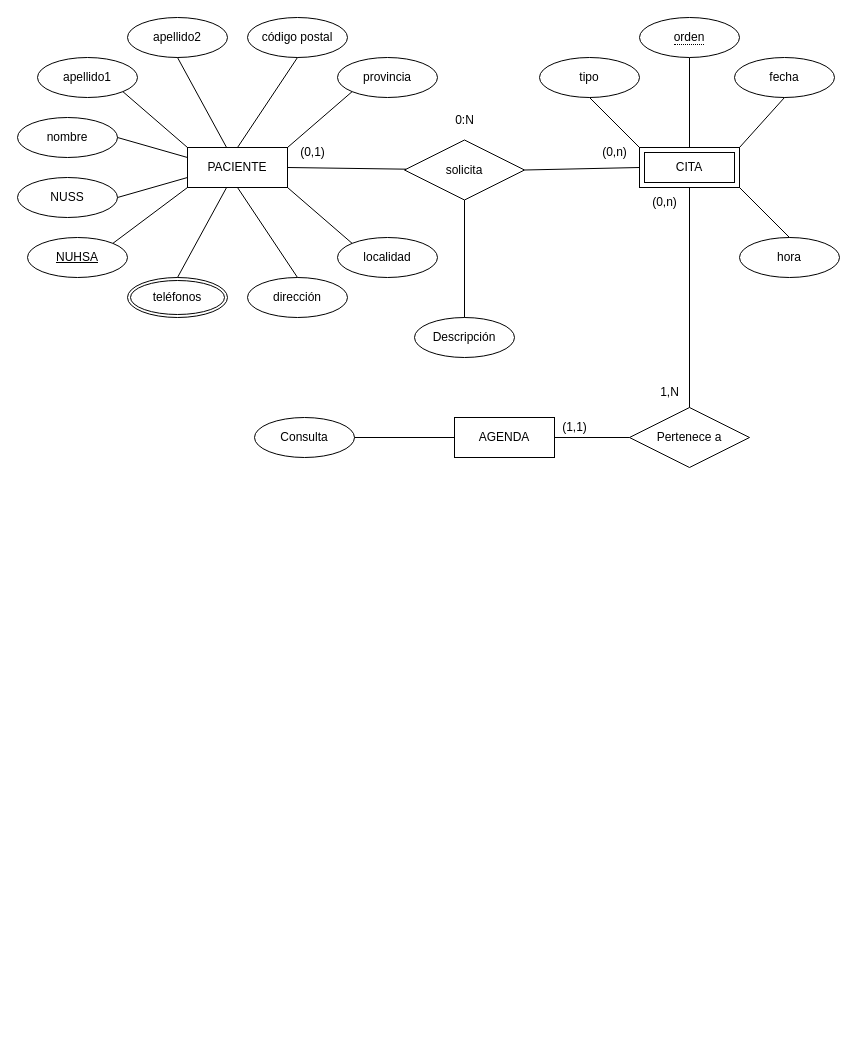
This is Diagrama sin título.drawio from mariopr25/CitasAP-ER, a draw.io file, before an edit. Source tidied: cells renumbered, new cells numbered last; positions are measured from the earlier drawing's top-left corner, leaving out a move shared by most shapes. Both pictures are drawn from the tidied source at 100%, with x=0, y=0 at pixel (17, 17).
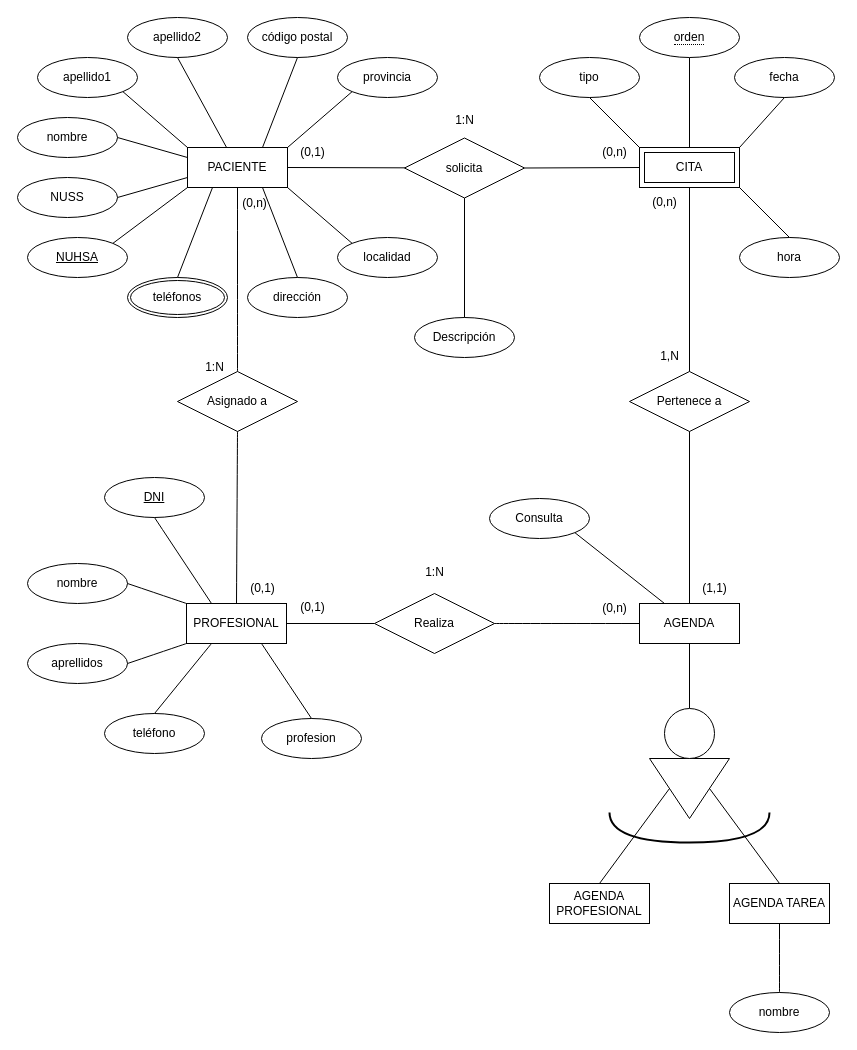
The same page after the edit.

The change refers to these unchanged cells:
```xml
<mxCell id="2" value="PACIENTE" style="whiteSpace=wrap;html=1;align=center;" parent="1" vertex="1">
  <mxGeometry x="170" y="130" width="100" height="40" as="geometry" />
</mxCell>
<mxCell id="24" value="teléfonos" style="ellipse;shape=doubleEllipse;margin=3;whiteSpace=wrap;html=1;align=center;" parent="1" vertex="1">
  <mxGeometry x="110" y="260" width="100" height="40" as="geometry" />
</mxCell>
<mxCell id="26" value="dirección" style="ellipse;whiteSpace=wrap;html=1;align=center;" parent="1" vertex="1">
  <mxGeometry x="230" y="260" width="100" height="40" as="geometry" />
</mxCell>
<mxCell id="27" value="código postal" style="ellipse;whiteSpace=wrap;html=1;align=center;" parent="1" vertex="1">
  <mxGeometry x="230" width="100" height="40" as="geometry" />
</mxCell>
```

Diff of the diagram source:
```diff
@@
     <mxCell id="3" value="&lt;div&gt;solicita&lt;/div&gt;" style="shape=rhombus;perimeter=rhombusPerimeter;whiteSpace=wrap;html=1;align=center;" parent="1" vertex="1">
-      <mxGeometry x="387" y="122.5" width="120" height="60" as="geometry" />
+      <mxGeometry x="387" y="120.5" width="120" height="60" as="geometry" />
     </mxCell>
@@
-    <mxCell id="10" value="0:N" style="text;html=1;align=center;verticalAlign=middle;strokeColor=none;fillColor=none;" parent="1" vertex="1">
+    <mxCell id="10" value="1:N" style="text;html=1;align=center;verticalAlign=middle;strokeColor=none;fillColor=none;" parent="1" vertex="1">
       <mxGeometry x="427" y="87.5" width="40" height="30" as="geometry" />
     </mxCell>
     <mxCell id="11" value="Pertenece a" style="shape=rhombus;perimeter=rhombusPerimeter;whiteSpace=wrap;html=1;align=center;direction=west;" parent="1" vertex="1">
-      <mxGeometry x="612" y="390" width="120" height="60" as="geometry" />
+      <mxGeometry x="612" y="354" width="120" height="60" as="geometry" />
     </mxCell>
@@
-    <mxCell id="13" style="endArrow=none;html=1;rounded=0;exitX=1;exitY=0.5;exitDx=0;exitDy=0;entryX=0;entryY=0.5;entryDx=0;entryDy=0;" parent="1" edge="1" source="11" target="37">
+    <mxCell id="13" style="endArrow=none;html=1;rounded=0;exitX=0.5;exitY=0;exitDx=0;exitDy=0;entryX=0.5;entryY=0;entryDx=0;entryDy=0;" parent="1" edge="1" source="11" target="37">
       <mxGeometry relative="1" as="geometry" />
     </mxCell>
@@
-    <mxCell id="25" style="endArrow=none;html=1;rounded=0;exitX=0.5;exitY=0;exitDx=0;exitDy=0;" parent="1" edge="1" source="24" target="2">
+    <mxCell id="25" style="endArrow=none;html=1;rounded=0;exitX=0.5;exitY=0;exitDx=0;exitDy=0;entryX=0.25;entryY=1;entryDx=0;entryDy=0;" parent="1" edge="1" source="24" target="2">
       <mxGeometry relative="1" as="geometry" />
     </mxCell>
@@
-    <mxCell id="30" style="endArrow=none;html=1;rounded=0;exitX=0.5;exitY=0;exitDx=0;exitDy=0;entryX=0.5;entryY=1;entryDx=0;entryDy=0;" parent="1" edge="1" source="2" target="27">
+    <mxCell id="30" style="endArrow=none;html=1;rounded=0;exitX=0.75;exitY=0;exitDx=0;exitDy=0;entryX=0.5;entryY=1;entryDx=0;entryDy=0;" parent="1" edge="1" source="2" target="27">
       <mxGeometry relative="1" as="geometry" />
     </mxCell>
@@
-    <mxCell id="32" style="endArrow=none;html=1;rounded=0;exitX=0.5;exitY=1;exitDx=0;exitDy=0;entryX=0.5;entryY=0;entryDx=0;entryDy=0;" parent="1" edge="1" source="2" target="26">
+    <mxCell id="32" style="endArrow=none;html=1;rounded=0;exitX=0.75;exitY=1;exitDx=0;exitDy=0;entryX=0.5;entryY=0;entryDx=0;entryDy=0;" parent="1" edge="1" source="2" target="26">
       <mxGeometry relative="1" as="geometry" />
     </mxCell>
@@
     <mxCell id="37" value="&lt;div&gt;AGENDA&lt;/div&gt;" style="whiteSpace=wrap;html=1;align=center;" parent="1" vertex="1">
-      <mxGeometry x="437" y="400" width="100" height="40" as="geometry" />
+      <mxGeometry x="622" y="586" width="100" height="40" as="geometry" />
     </mxCell>
@@
     <mxCell id="43" value="1,N" style="text;html=1;align=center;verticalAlign=middle;strokeColor=none;fillColor=none;" parent="1" vertex="1">
-      <mxGeometry x="632" y="360" width="40" height="30" as="geometry" />
+      <mxGeometry x="632" y="324" width="40" height="30" as="geometry" />
     </mxCell>
@@
     <mxCell id="46" value="Consulta" style="ellipse;whiteSpace=wrap;html=1;align=center;direction=east;" parent="1" vertex="1">
-      <mxGeometry x="237" y="400" width="100" height="40" as="geometry" />
+      <mxGeometry x="472" y="481" width="100" height="40" as="geometry" />
     </mxCell>
-    <mxCell id="47" style="endArrow=none;html=1;rounded=0;exitX=1;exitY=0.5;exitDx=0;exitDy=0;" parent="1" edge="1" source="46" target="37">
+    <mxCell id="47" style="endArrow=none;html=1;rounded=0;exitX=1;exitY=1;exitDx=0;exitDy=0;entryX=0.25;entryY=0;entryDx=0;entryDy=0;" parent="1" edge="1" source="46" target="37">
       <mxGeometry relative="1" as="geometry" />
     </mxCell>
     <mxCell id="48" value="(1,1)" style="text;html=1;align=center;verticalAlign=middle;strokeColor=none;fillColor=none;" parent="1" vertex="1">
-      <mxGeometry x="532" y="395" width="50" height="30" as="geometry" />
+      <mxGeometry x="672" y="556" width="50" height="30" as="geometry" />
     </mxCell>
+    <mxCell id="49" style="triangle;whiteSpace=wrap;html=1;direction=south;" parent="1" vertex="1">
+      <mxGeometry x="632" y="741" width="80" height="60" as="geometry" />
+    </mxCell>
+    <mxCell id="50" style="endArrow=none;html=1;rounded=0;exitX=0.5;exitY=1;exitDx=0;exitDy=0;entryX=0.5;entryY=0;entryDx=0;entryDy=0;" parent="1" edge="1" source="37" target="81">
+      <mxGeometry relative="1" as="geometry" />
+    </mxCell>
+    <mxCell id="51" value="AGENDA PROFESIONAL" style="whiteSpace=wrap;html=1;align=center;" parent="1" vertex="1">
+      <mxGeometry x="532" y="866" width="100" height="40" as="geometry" />
+    </mxCell>
+    <mxCell id="52" value="AGENDA TAREA" style="whiteSpace=wrap;html=1;align=center;" parent="1" vertex="1">
+      <mxGeometry x="712" y="866" width="100" height="40" as="geometry" />
+    </mxCell>
+    <mxCell id="53" style="endArrow=none;html=1;rounded=0;exitX=0.5;exitY=1;exitDx=0;exitDy=0;entryX=0.5;entryY=0;entryDx=0;entryDy=0;" parent="1" edge="1" source="49" target="51">
+      <mxGeometry relative="1" as="geometry" />
+    </mxCell>
+    <mxCell id="54" style="endArrow=none;html=1;rounded=0;exitX=0.5;exitY=0;exitDx=0;exitDy=0;entryX=0.5;entryY=0;entryDx=0;entryDy=0;" parent="1" edge="1" source="49" target="52">
+      <mxGeometry relative="1" as="geometry" />
+    </mxCell>
+    <mxCell id="55" style="endArrow=none;html=1;rounded=0;edgeStyle=orthogonalEdgeStyle;curved=1;strokeWidth=2;" parent="1" edge="1">
+      <mxGeometry relative="1" as="geometry">
+        <mxPoint x="592" y="795" as="sourcePoint" />
+        <mxPoint x="752" y="795" as="targetPoint" />
+        <Array as="points">
+          <mxPoint x="592" y="825" />
+          <mxPoint x="752" y="825" />
+        </Array>
+      </mxGeometry>
+    </mxCell>
+    <mxCell id="56" value="PROFESIONAL" style="whiteSpace=wrap;html=1;align=center;" parent="1" vertex="1">
+      <mxGeometry x="169" y="586" width="100" height="40" as="geometry" />
+    </mxCell>
+    <mxCell id="57" style="endArrow=none;html=1;rounded=0;exitX=0;exitY=0.5;exitDx=0;exitDy=0;entryX=1;entryY=0.5;entryDx=0;entryDy=0;" parent="1" edge="1" source="68" target="56">
+      <mxGeometry relative="1" as="geometry" />
+    </mxCell>
+    <mxCell id="58" value="&lt;div&gt;nombre&lt;/div&gt;" style="ellipse;whiteSpace=wrap;html=1;align=center;" parent="1" vertex="1">
+      <mxGeometry x="10" y="546" width="100" height="40" as="geometry" />
+    </mxCell>
+    <mxCell id="59" value="aprellidos" style="ellipse;whiteSpace=wrap;html=1;align=center;" parent="1" vertex="1">
+      <mxGeometry x="10" y="626" width="100" height="40" as="geometry" />
+    </mxCell>
+    <mxCell id="60" value="teléfono" style="ellipse;whiteSpace=wrap;html=1;align=center;" parent="1" vertex="1">
+      <mxGeometry x="87" y="696" width="100" height="40" as="geometry" />
+    </mxCell>
+    <mxCell id="61" value="profesion" style="ellipse;whiteSpace=wrap;html=1;align=center;" parent="1" vertex="1">
+      <mxGeometry x="244" y="701" width="100" height="40" as="geometry" />
+    </mxCell>
+    <mxCell id="62" style="endArrow=none;html=1;rounded=0;strokeWidth=1;curved=1;exitX=0;exitY=0;exitDx=0;exitDy=0;entryX=1;entryY=0.5;entryDx=0;entryDy=0;" parent="1" edge="1" source="56" target="58">
+      <mxGeometry relative="1" as="geometry" />
+    </mxCell>
+    <mxCell id="63" style="endArrow=none;html=1;rounded=0;strokeWidth=1;curved=1;exitX=0;exitY=1;exitDx=0;exitDy=0;entryX=1;entryY=0.5;entryDx=0;entryDy=0;" parent="1" edge="1" source="56" target="59">
+      <mxGeometry relative="1" as="geometry" />
+    </mxCell>
+    <mxCell id="64" style="endArrow=none;html=1;rounded=0;strokeWidth=1;curved=1;exitX=0.25;exitY=1;exitDx=0;exitDy=0;entryX=0.5;entryY=0;entryDx=0;entryDy=0;" parent="1" edge="1" source="56" target="60">
+      <mxGeometry relative="1" as="geometry" />
+    </mxCell>
+    <mxCell id="65" style="endArrow=none;html=1;rounded=0;strokeWidth=1;curved=1;exitX=0.75;exitY=1;exitDx=0;exitDy=0;entryX=0.5;entryY=0;entryDx=0;entryDy=0;" parent="1" edge="1" source="56" target="61">
+      <mxGeometry relative="1" as="geometry" />
+    </mxCell>
+    <mxCell id="66" value="&lt;u&gt;DNI&lt;/u&gt;" style="ellipse;whiteSpace=wrap;html=1;align=center;" parent="1" vertex="1">
+      <mxGeometry x="87" y="460" width="100" height="40" as="geometry" />
+    </mxCell>
+    <mxCell id="67" style="endArrow=none;html=1;rounded=0;strokeWidth=1;curved=1;exitX=0.5;exitY=1;exitDx=0;exitDy=0;entryX=0.25;entryY=0;entryDx=0;entryDy=0;" parent="1" edge="1" source="66" target="56">
+      <mxGeometry relative="1" as="geometry" />
+    </mxCell>
+    <mxCell id="68" value="Realiza" style="shape=rhombus;perimeter=rhombusPerimeter;whiteSpace=wrap;html=1;align=center;" parent="1" vertex="1">
+      <mxGeometry x="357" y="576" width="120" height="60" as="geometry" />
+    </mxCell>
+    <mxCell id="69" style="endArrow=none;html=1;rounded=0;strokeWidth=1;curved=1;entryX=0;entryY=0.5;entryDx=0;entryDy=0;exitX=1;exitY=0.5;exitDx=0;exitDy=0;" parent="1" edge="1" source="68" target="37">
+      <mxGeometry relative="1" as="geometry" />
+    </mxCell>
+    <mxCell id="70" value="Asignado a" style="shape=rhombus;perimeter=rhombusPerimeter;whiteSpace=wrap;html=1;align=center;" parent="1" vertex="1">
+      <mxGeometry x="160" y="354" width="120" height="60" as="geometry" />
+    </mxCell>
+    <mxCell id="71" style="endArrow=none;html=1;rounded=0;strokeWidth=1;curved=1;exitX=0.5;exitY=0;exitDx=0;exitDy=0;entryX=0.5;entryY=1;entryDx=0;entryDy=0;" parent="1" edge="1" source="70" target="2">
+      <mxGeometry relative="1" as="geometry" />
+    </mxCell>
+    <mxCell id="72" style="endArrow=none;html=1;rounded=0;strokeWidth=1;curved=1;exitX=0.5;exitY=1;exitDx=0;exitDy=0;entryX=0.5;entryY=0;entryDx=0;entryDy=0;" parent="1" edge="1" source="70" target="56">
+      <mxGeometry relative="1" as="geometry" />
+    </mxCell>
+    <mxCell id="73" value="nombre" style="ellipse;whiteSpace=wrap;html=1;align=center;" parent="1" vertex="1">
+      <mxGeometry x="712" y="975" width="100" height="40" as="geometry" />
+    </mxCell>
+    <mxCell id="74" style="endArrow=none;html=1;rounded=0;strokeWidth=1;curved=1;exitX=0.5;exitY=0;exitDx=0;exitDy=0;entryX=0.5;entryY=1;entryDx=0;entryDy=0;" parent="1" edge="1" source="73" target="52">
+      <mxGeometry relative="1" as="geometry" />
+    </mxCell>
+    <mxCell id="75" value="(0,n)" style="text;html=1;align=center;verticalAlign=middle;strokeColor=none;fillColor=none;" parent="1" vertex="1">
+      <mxGeometry x="212" y="171" width="50" height="30" as="geometry" />
+    </mxCell>
+    <mxCell id="76" value="(0,1)" style="text;html=1;align=center;verticalAlign=middle;strokeColor=none;fillColor=none;" parent="1" vertex="1">
+      <mxGeometry x="220" y="556" width="50" height="30" as="geometry" />
+    </mxCell>
+    <mxCell id="77" value="1:N" style="text;html=1;align=center;verticalAlign=middle;strokeColor=none;fillColor=none;" parent="1" vertex="1">
+      <mxGeometry x="177" y="335" width="40" height="30" as="geometry" />
+    </mxCell>
+    <mxCell id="78" value="(0,1)" style="text;html=1;align=center;verticalAlign=middle;strokeColor=none;fillColor=none;" parent="1" vertex="1">
+      <mxGeometry x="270" y="575" width="50" height="30" as="geometry" />
+    </mxCell>
+    <mxCell id="79" value="(0,n)" style="text;html=1;align=center;verticalAlign=middle;strokeColor=none;fillColor=none;" parent="1" vertex="1">
+      <mxGeometry x="572" y="576" width="50" height="30" as="geometry" />
+    </mxCell>
+    <mxCell id="80" value="1:N" style="text;html=1;align=center;verticalAlign=middle;strokeColor=none;fillColor=none;" parent="1" vertex="1">
+      <mxGeometry x="397" y="540" width="40" height="30" as="geometry" />
+    </mxCell>
+    <mxCell id="81" style="ellipse;whiteSpace=wrap;html=1;" parent="1" vertex="1">
+      <mxGeometry x="647" y="691" width="50" height="50" as="geometry" />
+    </mxCell>
```
